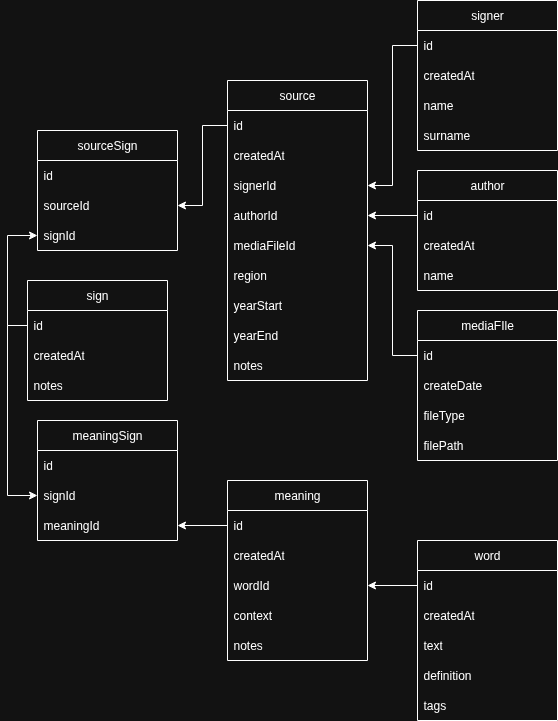
The draw.io diagram database_schema.png in Hoinkas/SignArchive, before a commit. Source tidied: cells renumbered, new cells last; positions are measured from the earlier drawing's top-left corner, leaving out a move shared by most shapes.
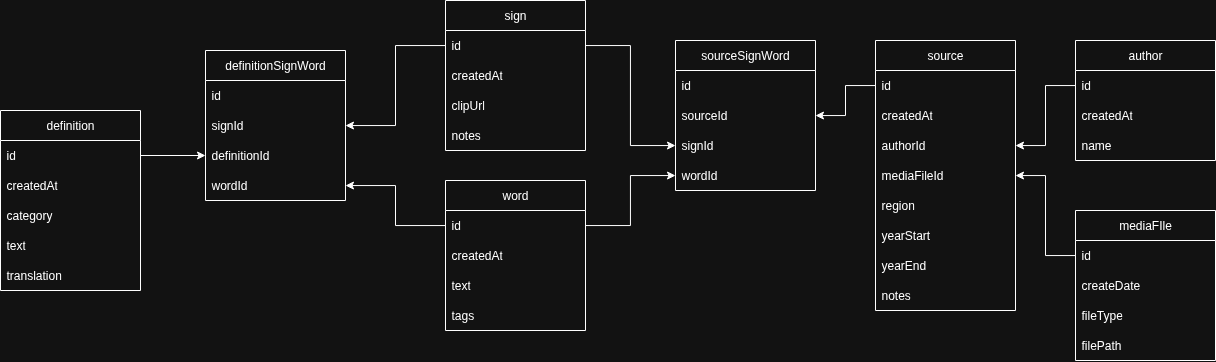
The same file after the commit.

Change to the diagram source:
```diff
@@ -2,41 +2,8 @@
   <root>
     <mxCell id="0" />
     <mxCell id="1" parent="0" />
-    <mxCell id="2" value="meaning" style="swimlane;fontStyle=0;horizontal=1;startSize=30;whiteSpace=wrap;html=1;" parent="1" vertex="1">
-      <mxGeometry x="200" y="480" width="140" height="180" as="geometry" />
-    </mxCell>
-    <mxCell id="3" value="id" style="text;strokeColor=none;fillColor=none;align=left;verticalAlign=middle;spacingLeft=4;spacingRight=4;overflow=hidden;points=[[0,0.5],[1,0.5]];portConstraint=eastwest;whiteSpace=wrap;html=1;" parent="2" vertex="1">
-      <mxGeometry y="30" width="140" height="30" as="geometry" />
-    </mxCell>
-    <mxCell id="4" value="createdAt" style="text;strokeColor=none;fillColor=none;align=left;verticalAlign=middle;spacingLeft=4;spacingRight=4;overflow=hidden;whiteSpace=wrap;html=1;" parent="2" vertex="1">
-      <mxGeometry y="60" width="140" height="30" as="geometry" />
-    </mxCell>
-    <mxCell id="5" value="wordId" style="text;strokeColor=none;fillColor=none;align=left;verticalAlign=middle;spacingLeft=4;spacingRight=4;overflow=hidden;points=[[0,0.5],[1,0.5]];portConstraint=eastwest;whiteSpace=wrap;html=1;" parent="2" vertex="1">
-      <mxGeometry y="90" width="140" height="30" as="geometry" />
-    </mxCell>
-    <mxCell id="6" value="context" style="text;strokeColor=none;fillColor=none;align=left;verticalAlign=middle;spacingLeft=4;spacingRight=4;overflow=hidden;whiteSpace=wrap;html=1;" parent="2" vertex="1">
-      <mxGeometry y="120" width="140" height="30" as="geometry" />
-    </mxCell>
-    <mxCell id="7" value="notes" style="text;strokeColor=none;fillColor=none;align=left;verticalAlign=middle;spacingLeft=4;spacingRight=4;overflow=hidden;whiteSpace=wrap;html=1;" parent="2" vertex="1">
-      <mxGeometry y="150" width="140" height="30" as="geometry" />
-    </mxCell>
-    <mxCell id="8" value="signer" style="swimlane;fontStyle=0;horizontal=1;startSize=30;whiteSpace=wrap;html=1;" parent="1" vertex="1">
-      <mxGeometry x="390" width="140" height="150" as="geometry" />
-    </mxCell>
-    <mxCell id="9" value="id" style="text;strokeColor=none;fillColor=none;align=left;verticalAlign=middle;spacingLeft=4;spacingRight=4;overflow=hidden;points=[[0,0.5],[1,0.5]];portConstraint=eastwest;whiteSpace=wrap;html=1;" parent="8" vertex="1">
-      <mxGeometry y="30" width="140" height="30" as="geometry" />
-    </mxCell>
-    <mxCell id="10" value="createdAt" style="text;strokeColor=none;fillColor=none;align=left;verticalAlign=middle;spacingLeft=4;spacingRight=4;overflow=hidden;whiteSpace=wrap;html=1;" parent="8" vertex="1">
-      <mxGeometry y="60" width="140" height="30" as="geometry" />
-    </mxCell>
-    <mxCell id="11" value="name" style="text;strokeColor=none;fillColor=none;align=left;verticalAlign=middle;spacingLeft=4;spacingRight=4;overflow=hidden;whiteSpace=wrap;html=1;" parent="8" vertex="1">
-      <mxGeometry y="90" width="140" height="30" as="geometry" />
-    </mxCell>
-    <mxCell id="12" value="surname" style="text;strokeColor=none;fillColor=none;align=left;verticalAlign=middle;spacingLeft=4;spacingRight=4;overflow=hidden;whiteSpace=wrap;html=1;" parent="8" vertex="1">
-      <mxGeometry y="120" width="140" height="30" as="geometry" />
-    </mxCell>
     <mxCell id="13" value="source" style="swimlane;fontStyle=0;horizontal=1;startSize=30;whiteSpace=wrap;html=1;" parent="1" vertex="1">
-      <mxGeometry x="200" y="80" width="140" height="300" as="geometry" />
+      <mxGeometry x="210" width="140" height="270" as="geometry" />
     </mxCell>
     <mxCell id="14" value="id" style="text;strokeColor=none;fillColor=none;align=left;verticalAlign=middle;spacingLeft=4;spacingRight=4;overflow=hidden;points=[[0,0.5],[1,0.5]];portConstraint=eastwest;whiteSpace=wrap;html=1;" parent="13" vertex="1">
       <mxGeometry y="30" width="140" height="30" as="geometry" />
@@ -44,29 +11,26 @@
     <mxCell id="15" value="createdAt" style="text;strokeColor=none;fillColor=none;align=left;verticalAlign=middle;spacingLeft=4;spacingRight=4;overflow=hidden;whiteSpace=wrap;html=1;" parent="13" vertex="1">
       <mxGeometry y="60" width="140" height="30" as="geometry" />
     </mxCell>
-    <mxCell id="16" value="signerId" style="text;strokeColor=none;fillColor=none;align=left;verticalAlign=middle;spacingLeft=4;spacingRight=4;overflow=hidden;points=[[0,0.5],[1,0.5]];portConstraint=eastwest;whiteSpace=wrap;html=1;" parent="13" vertex="1">
-      <mxGeometry y="90" width="140" height="30" as="geometry" />
-    </mxCell>
     <mxCell id="17" value="authorId" style="text;strokeColor=none;fillColor=none;align=left;verticalAlign=middle;spacingLeft=4;spacingRight=4;overflow=hidden;points=[[0,0.5],[1,0.5]];portConstraint=eastwest;whiteSpace=wrap;html=1;" parent="13" vertex="1">
-      <mxGeometry y="120" width="140" height="30" as="geometry" />
+      <mxGeometry y="90" width="140" height="30" as="geometry" />
     </mxCell>
     <mxCell id="18" value="mediaFileId" style="text;strokeColor=none;fillColor=none;align=left;verticalAlign=middle;spacingLeft=4;spacingRight=4;overflow=hidden;points=[[0,0.5],[1,0.5]];portConstraint=eastwest;whiteSpace=wrap;html=1;" parent="13" vertex="1">
-      <mxGeometry y="150" width="140" height="30" as="geometry" />
+      <mxGeometry y="120" width="140" height="30" as="geometry" />
     </mxCell>
     <mxCell id="19" value="region" style="text;strokeColor=none;fillColor=none;align=left;verticalAlign=middle;spacingLeft=4;spacingRight=4;overflow=hidden;whiteSpace=wrap;html=1;" parent="13" vertex="1">
-      <mxGeometry y="180" width="140" height="30" as="geometry" />
+      <mxGeometry y="150" width="140" height="30" as="geometry" />
     </mxCell>
     <mxCell id="20" value="yearStart" style="text;strokeColor=none;fillColor=none;align=left;verticalAlign=middle;spacingLeft=4;spacingRight=4;overflow=hidden;whiteSpace=wrap;html=1;" parent="13" vertex="1">
-      <mxGeometry y="210" width="140" height="30" as="geometry" />
+      <mxGeometry y="180" width="140" height="30" as="geometry" />
     </mxCell>
     <mxCell id="21" value="yearEnd" style="text;strokeColor=none;fillColor=none;align=left;verticalAlign=middle;spacingLeft=4;spacingRight=4;overflow=hidden;whiteSpace=wrap;html=1;" parent="13" vertex="1">
-      <mxGeometry y="240" width="140" height="30" as="geometry" />
+      <mxGeometry y="210" width="140" height="30" as="geometry" />
     </mxCell>
     <mxCell id="22" value="notes" style="text;strokeColor=none;fillColor=none;align=left;verticalAlign=middle;spacingLeft=4;spacingRight=4;overflow=hidden;whiteSpace=wrap;html=1;" parent="13" vertex="1">
-      <mxGeometry y="270" width="140" height="30" as="geometry" />
+      <mxGeometry y="240" width="140" height="30" as="geometry" />
     </mxCell>
     <mxCell id="23" value="word" style="swimlane;fontStyle=0;horizontal=1;startSize=30;whiteSpace=wrap;html=1;" parent="1" vertex="1">
-      <mxGeometry x="390" y="540" width="140" height="180" as="geometry" />
+      <mxGeometry x="-220" y="140" width="140" height="150" as="geometry" />
     </mxCell>
     <mxCell id="24" value="id" style="text;strokeColor=none;fillColor=none;align=left;verticalAlign=middle;spacingLeft=4;spacingRight=4;overflow=hidden;points=[[0,0.5],[1,0.5]];portConstraint=eastwest;whiteSpace=wrap;html=1;" parent="23" vertex="1">
       <mxGeometry y="30" width="140" height="30" as="geometry" />
@@ -77,14 +41,11 @@
     <mxCell id="26" value="text" style="text;strokeColor=none;fillColor=none;align=left;verticalAlign=middle;spacingLeft=4;spacingRight=4;overflow=hidden;whiteSpace=wrap;html=1;" parent="23" vertex="1">
       <mxGeometry y="90" width="140" height="30" as="geometry" />
     </mxCell>
-    <mxCell id="27" value="definition" style="text;strokeColor=none;fillColor=none;align=left;verticalAlign=middle;spacingLeft=4;spacingRight=4;overflow=hidden;whiteSpace=wrap;html=1;" parent="23" vertex="1">
-      <mxGeometry y="120" width="140" height="30" as="geometry" />
-    </mxCell>
     <mxCell id="28" value="tags" style="text;strokeColor=none;fillColor=none;align=left;verticalAlign=middle;spacingLeft=4;spacingRight=4;overflow=hidden;whiteSpace=wrap;html=1;" parent="23" vertex="1">
-      <mxGeometry y="150" width="140" height="30" as="geometry" />
+      <mxGeometry y="120" width="140" height="30" as="geometry" />
     </mxCell>
     <mxCell id="29" value="sign" style="swimlane;fontStyle=0;horizontal=1;startSize=30;whiteSpace=wrap;html=1;" parent="1" vertex="1">
-      <mxGeometry y="280" width="140" height="120" as="geometry" />
+      <mxGeometry x="-220" y="-40" width="140" height="150" as="geometry" />
     </mxCell>
     <mxCell id="30" value="id" style="text;strokeColor=none;fillColor=none;align=left;verticalAlign=middle;spacingLeft=4;spacingRight=4;overflow=hidden;points=[[0,0.5],[1,0.5]];portConstraint=eastwest;whiteSpace=wrap;html=1;" parent="29" vertex="1">
       <mxGeometry y="30" width="140" height="30" as="geometry" />
@@ -92,11 +53,14 @@
     <mxCell id="31" value="createdAt" style="text;strokeColor=none;fillColor=none;align=left;verticalAlign=middle;spacingLeft=4;spacingRight=4;overflow=hidden;whiteSpace=wrap;html=1;" parent="29" vertex="1">
       <mxGeometry y="60" width="140" height="30" as="geometry" />
     </mxCell>
+    <mxCell id="58" value="clipUrl" style="text;strokeColor=none;fillColor=none;align=left;verticalAlign=middle;spacingLeft=4;spacingRight=4;overflow=hidden;whiteSpace=wrap;html=1;" parent="29" vertex="1">
+      <mxGeometry y="90" width="140" height="30" as="geometry" />
+    </mxCell>
     <mxCell id="32" value="notes" style="text;strokeColor=none;fillColor=none;align=left;verticalAlign=middle;spacingLeft=4;spacingRight=4;overflow=hidden;whiteSpace=wrap;html=1;" parent="29" vertex="1">
-      <mxGeometry y="90" width="140" height="30" as="geometry" />
+      <mxGeometry y="120" width="140" height="30" as="geometry" />
     </mxCell>
     <mxCell id="33" value="author" style="swimlane;fontStyle=0;horizontal=1;startSize=30;whiteSpace=wrap;html=1;" parent="1" vertex="1">
-      <mxGeometry x="390" y="170" width="140" height="120" as="geometry" />
+      <mxGeometry x="410" width="140" height="120" as="geometry" />
     </mxCell>
     <mxCell id="34" value="id" style="text;strokeColor=none;fillColor=none;align=left;verticalAlign=middle;spacingLeft=4;spacingRight=4;overflow=hidden;points=[[0,0.5],[1,0.5]];portConstraint=eastwest;whiteSpace=wrap;html=1;" parent="33" vertex="1">
       <mxGeometry y="30" width="140" height="30" as="geometry" />
@@ -107,20 +71,8 @@
     <mxCell id="36" value="name" style="text;strokeColor=none;fillColor=none;align=left;verticalAlign=middle;spacingLeft=4;spacingRight=4;overflow=hidden;whiteSpace=wrap;html=1;" parent="33" vertex="1">
       <mxGeometry y="90" width="140" height="30" as="geometry" />
     </mxCell>
-    <mxCell id="37" value="meaningSign" style="swimlane;fontStyle=0;horizontal=1;startSize=30;whiteSpace=wrap;html=1;" parent="1" vertex="1">
-      <mxGeometry x="10" y="420" width="140" height="120" as="geometry" />
-    </mxCell>
-    <mxCell id="38" value="id" style="text;strokeColor=none;fillColor=none;align=left;verticalAlign=middle;spacingLeft=4;spacingRight=4;overflow=hidden;whiteSpace=wrap;html=1;" parent="37" vertex="1">
-      <mxGeometry y="30" width="140" height="30" as="geometry" />
-    </mxCell>
-    <mxCell id="39" value="signId" style="text;strokeColor=none;fillColor=none;align=left;verticalAlign=middle;spacingLeft=4;spacingRight=4;overflow=hidden;points=[[0,0.5],[1,0.5]];portConstraint=eastwest;whiteSpace=wrap;html=1;" parent="37" vertex="1">
-      <mxGeometry y="60" width="140" height="30" as="geometry" />
-    </mxCell>
-    <mxCell id="40" value="meaningId" style="text;strokeColor=none;fillColor=none;align=left;verticalAlign=middle;spacingLeft=4;spacingRight=4;overflow=hidden;points=[[0,0.5],[1,0.5]];portConstraint=eastwest;whiteSpace=wrap;html=1;" parent="37" vertex="1">
-      <mxGeometry y="90" width="140" height="30" as="geometry" />
-    </mxCell>
-    <mxCell id="41" value="sourceSign" style="swimlane;fontStyle=0;horizontal=1;startSize=30;whiteSpace=wrap;html=1;" parent="1" vertex="1">
-      <mxGeometry x="10" y="130" width="140" height="120" as="geometry" />
+    <mxCell id="41" value="sourceSignWord" style="swimlane;fontStyle=0;horizontal=1;startSize=30;whiteSpace=wrap;html=1;" parent="1" vertex="1">
+      <mxGeometry x="10" width="140" height="150" as="geometry" />
     </mxCell>
     <mxCell id="42" value="id" style="text;strokeColor=none;fillColor=none;align=left;verticalAlign=middle;spacingLeft=4;spacingRight=4;overflow=hidden;whiteSpace=wrap;html=1;" parent="41" vertex="1">
       <mxGeometry y="30" width="140" height="30" as="geometry" />
@@ -131,17 +83,11 @@
     <mxCell id="44" value="signId" style="text;strokeColor=none;fillColor=none;align=left;verticalAlign=middle;spacingLeft=4;spacingRight=4;overflow=hidden;points=[[0,0.5],[1,0.5]];portConstraint=eastwest;whiteSpace=wrap;html=1;" parent="41" vertex="1">
       <mxGeometry y="90" width="140" height="30" as="geometry" />
     </mxCell>
-    <mxCell id="45" style="edgeStyle=orthogonalEdgeStyle;rounded=0;jettySize=auto;html=1;exitX=0;exitY=0.5;exitDx=0;exitDy=0;entryX=1;entryY=0.5;entryDx=0;entryDy=0;" parent="1" edge="1" source="24" target="5">
-      <mxGeometry relative="1" as="geometry" />
-    </mxCell>
-    <mxCell id="46" style="edgeStyle=orthogonalEdgeStyle;rounded=0;jettySize=auto;html=1;exitX=0;exitY=0.5;exitDx=0;exitDy=0;" parent="1" edge="1" source="3" target="40">
-      <mxGeometry relative="1" as="geometry" />
-    </mxCell>
-    <mxCell id="47" style="edgeStyle=orthogonalEdgeStyle;rounded=0;jettySize=auto;html=1;exitX=0;exitY=0.5;exitDx=0;exitDy=0;" parent="1" edge="1" source="14" target="43">
-      <mxGeometry relative="1" as="geometry" />
-    </mxCell>
+    <mxCell id="59" value="wordId" style="text;strokeColor=none;fillColor=none;align=left;verticalAlign=middle;spacingLeft=4;spacingRight=4;overflow=hidden;points=[[0,0.5],[1,0.5]];portConstraint=eastwest;whiteSpace=wrap;html=1;" parent="41" vertex="1">
+      <mxGeometry y="120" width="140" height="30" as="geometry" />
+    </mxCell>
     <mxCell id="48" value="mediaFIle" style="swimlane;fontStyle=0;horizontal=1;startSize=30;whiteSpace=wrap;html=1;" parent="1" vertex="1">
-      <mxGeometry x="390" y="310" width="140" height="150" as="geometry" />
+      <mxGeometry x="410" y="170" width="140" height="150" as="geometry" />
     </mxCell>
     <mxCell id="49" value="id" style="text;strokeColor=none;fillColor=none;align=left;verticalAlign=middle;spacingLeft=4;spacingRight=4;overflow=hidden;points=[[0,0.5],[1,0.5]];portConstraint=eastwest;whiteSpace=wrap;html=1;" parent="48" vertex="1">
       <mxGeometry y="30" width="140" height="30" as="geometry" />
@@ -155,20 +101,62 @@
     <mxCell id="52" value="filePath" style="text;strokeColor=none;fillColor=none;align=left;verticalAlign=middle;spacingLeft=4;spacingRight=4;overflow=hidden;whiteSpace=wrap;html=1;" parent="48" vertex="1">
       <mxGeometry y="120" width="140" height="30" as="geometry" />
     </mxCell>
+    <mxCell id="27" value="definition" style="swimlane;fontStyle=0;horizontal=1;startSize=30;whiteSpace=wrap;html=1;" parent="1" vertex="1">
+      <mxGeometry x="-665" y="70" width="140" height="180" as="geometry" />
+    </mxCell>
+    <mxCell id="60" value="id" style="text;strokeColor=none;fillColor=none;align=left;verticalAlign=middle;spacingLeft=4;spacingRight=4;overflow=hidden;points=[[0,0.5],[1,0.5]];portConstraint=eastwest;whiteSpace=wrap;html=1;" parent="27" vertex="1">
+      <mxGeometry y="30" width="140" height="30" as="geometry" />
+    </mxCell>
+    <mxCell id="61" value="createdAt" style="text;strokeColor=none;fillColor=none;align=left;verticalAlign=middle;spacingLeft=4;spacingRight=4;overflow=hidden;whiteSpace=wrap;html=1;" parent="27" vertex="1">
+      <mxGeometry y="60" width="140" height="30" as="geometry" />
+    </mxCell>
+    <mxCell id="62" value="category" style="text;strokeColor=none;fillColor=none;align=left;verticalAlign=middle;spacingLeft=4;spacingRight=4;overflow=hidden;whiteSpace=wrap;html=1;" parent="27" vertex="1">
+      <mxGeometry y="90" width="140" height="30" as="geometry" />
+    </mxCell>
+    <mxCell id="63" value="text" style="text;strokeColor=none;fillColor=none;align=left;verticalAlign=middle;spacingLeft=4;spacingRight=4;overflow=hidden;whiteSpace=wrap;html=1;" parent="27" vertex="1">
+      <mxGeometry y="120" width="140" height="30" as="geometry" />
+    </mxCell>
+    <mxCell id="64" value="translation" style="text;strokeColor=none;fillColor=none;align=left;verticalAlign=middle;spacingLeft=4;spacingRight=4;overflow=hidden;whiteSpace=wrap;html=1;" parent="27" vertex="1">
+      <mxGeometry y="150" width="140" height="30" as="geometry" />
+    </mxCell>
+    <mxCell id="47" style="edgeStyle=orthogonalEdgeStyle;rounded=0;jettySize=auto;html=1;" parent="1" edge="1" source="14" target="43">
+      <mxGeometry relative="1" as="geometry" />
+    </mxCell>
+    <mxCell id="55" style="edgeStyle=orthogonalEdgeStyle;rounded=0;jettySize=auto;html=1;" parent="1" edge="1" source="34" target="17">
+      <mxGeometry relative="1" as="geometry" />
+    </mxCell>
-    <mxCell id="53" style="edgeStyle=orthogonalEdgeStyle;rounded=0;jettySize=auto;html=1;exitX=0;exitY=0.5;exitDx=0;exitDy=0;" parent="1" edge="1" source="49" target="18">
+    <mxCell id="53" style="edgeStyle=orthogonalEdgeStyle;rounded=0;jettySize=auto;html=1;" parent="1" edge="1" source="49" target="18">
       <mxGeometry relative="1" as="geometry" />
     </mxCell>
-    <mxCell id="54" style="edgeStyle=orthogonalEdgeStyle;rounded=0;jettySize=auto;html=1;exitX=0;exitY=0.5;exitDx=0;exitDy=0;" parent="1" edge="1" source="9" target="16">
-      <mxGeometry relative="1" as="geometry" />
-    </mxCell>
-    <mxCell id="55" style="edgeStyle=orthogonalEdgeStyle;rounded=0;jettySize=auto;html=1;exitX=0;exitY=0.5;exitDx=0;exitDy=0;" parent="1" edge="1" source="34" target="17">
-      <mxGeometry relative="1" as="geometry" />
-    </mxCell>
+    <mxCell id="65" value="definitionSignWord" style="swimlane;fontStyle=0;horizontal=1;startSize=30;whiteSpace=wrap;html=1;" parent="1" vertex="1">
+      <mxGeometry x="-460" y="10" width="140" height="150" as="geometry" />
+    </mxCell>
+    <mxCell id="66" value="id" style="text;strokeColor=none;fillColor=none;align=left;verticalAlign=middle;spacingLeft=4;spacingRight=4;overflow=hidden;whiteSpace=wrap;html=1;" parent="65" vertex="1">
+      <mxGeometry y="30" width="140" height="30" as="geometry" />
+    </mxCell>
+    <mxCell id="39" value="signId" style="text;strokeColor=none;fillColor=none;align=left;verticalAlign=middle;spacingLeft=4;spacingRight=4;overflow=hidden;points=[[0,0.5],[1,0.5]];portConstraint=eastwest;whiteSpace=wrap;html=1;" parent="65" vertex="1">
+      <mxGeometry y="60" width="140" height="30" as="geometry" />
+    </mxCell>
+    <mxCell id="67" value="definitionId" style="text;strokeColor=none;fillColor=none;align=left;verticalAlign=middle;spacingLeft=4;spacingRight=4;overflow=hidden;points=[[0,0.5],[1,0.5]];portConstraint=eastwest;whiteSpace=wrap;html=1;" parent="65" vertex="1">
+      <mxGeometry y="90" width="140" height="30" as="geometry" />
+    </mxCell>
+    <mxCell id="68" value="wordId" style="text;strokeColor=none;fillColor=none;align=left;verticalAlign=middle;spacingLeft=4;spacingRight=4;overflow=hidden;points=[[0,0.5],[1,0.5]];portConstraint=eastwest;whiteSpace=wrap;html=1;" parent="65" vertex="1">
+      <mxGeometry y="120" width="140" height="30" as="geometry" />
+    </mxCell>
-    <mxCell id="56" style="edgeStyle=orthogonalEdgeStyle;rounded=0;jettySize=auto;html=1;exitX=0;exitY=0.5;exitDx=0;exitDy=0;entryX=0;entryY=0.5;entryDx=0;entryDy=0;" parent="1" edge="1" source="30" target="39">
+    <mxCell id="56" style="edgeStyle=orthogonalEdgeStyle;rounded=0;jettySize=auto;html=1;" parent="1" edge="1" source="30" target="39">
       <mxGeometry relative="1" as="geometry" />
     </mxCell>
+    <mxCell id="69" style="edgeStyle=orthogonalEdgeStyle;rounded=0;jettySize=auto;html=1;" parent="1" edge="1" source="24" target="68">
+      <mxGeometry relative="1" as="geometry" />
+    </mxCell>
-    <mxCell id="57" style="edgeStyle=orthogonalEdgeStyle;rounded=0;jettySize=auto;html=1;exitX=0;exitY=0.5;exitDx=0;exitDy=0;" parent="1" edge="1" source="30" target="44">
+    <mxCell id="57" style="edgeStyle=orthogonalEdgeStyle;rounded=0;jettySize=auto;html=1;" parent="1" edge="1" source="30" target="44">
       <mxGeometry relative="1" as="geometry" />
     </mxCell>
+    <mxCell id="70" style="edgeStyle=orthogonalEdgeStyle;rounded=0;jettySize=auto;html=1;" parent="1" edge="1" source="24" target="59">
+      <mxGeometry relative="1" as="geometry" />
+    </mxCell>
+    <mxCell id="71" style="edgeStyle=orthogonalEdgeStyle;rounded=0;jettySize=auto;html=1;" parent="1" edge="1" source="60" target="67">
+      <mxGeometry relative="1" as="geometry" />
+    </mxCell>
   </root>
 </mxGraphModel>
```
